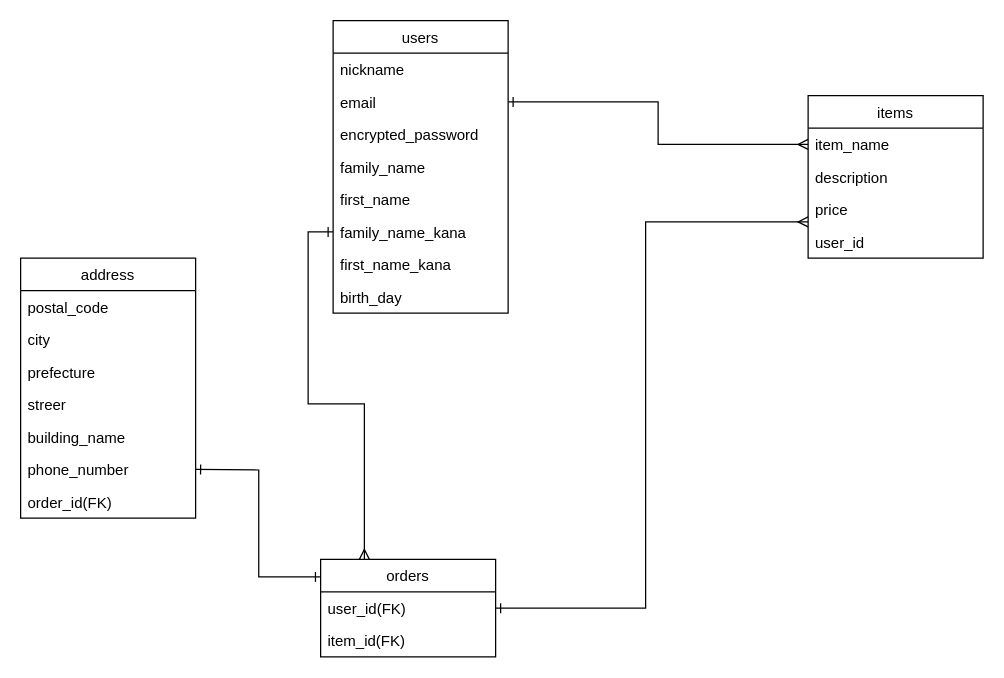
Earlier version of the draw.io diagram furima.ER/furima.dio (hashimo1216/furima-36574). Source tidied: cells renumbered, new cells numbered last; positions are measured from the earlier drawing's top-left corner, leaving out a move shared by most shapes. Both pictures are drawn from the tidied source at 125%, with x=0, y=0 at pixel (20, 20).
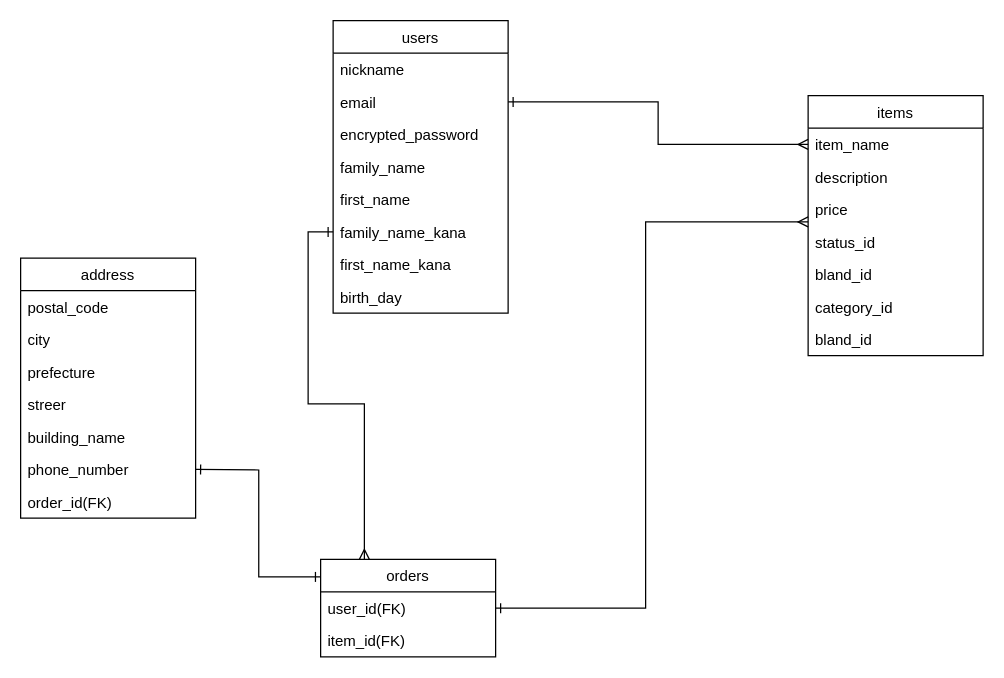
The same diagram, later.

Commit message (it also covers changes not shown here):
データベース修正

The edit, as a diff of the source:
```diff
@@
     <mxCell id="11" value="items" style="swimlane;fontStyle=0;horizontal=1;startSize=26;" parent="1" vertex="1">
-      <mxGeometry x="630" y="60" width="140" height="130" as="geometry" />
+      <mxGeometry x="630" y="60" width="140" height="208" as="geometry" />
     </mxCell>
@@
-    <mxCell id="15" value="user_id" style="text;strokeColor=none;fillColor=none;align=left;verticalAlign=top;spacingLeft=4;spacingRight=4;overflow=hidden;" parent="11" vertex="1">
+    <mxCell id="15" value="status_id" style="text;strokeColor=none;fillColor=none;align=left;verticalAlign=top;spacingLeft=4;spacingRight=4;overflow=hidden;" parent="11" vertex="1">
       <mxGeometry y="104" width="140" height="26" as="geometry" />
     </mxCell>
+    <mxCell id="31" value="bland_id" style="text;strokeColor=none;fillColor=none;align=left;verticalAlign=top;spacingLeft=4;spacingRight=4;overflow=hidden;" parent="11" vertex="1">
+      <mxGeometry y="130" width="140" height="26" as="geometry" />
+    </mxCell>
+    <mxCell id="32" value="category_id" style="text;strokeColor=none;fillColor=none;align=left;verticalAlign=top;spacingLeft=4;spacingRight=4;overflow=hidden;" parent="11" vertex="1">
+      <mxGeometry y="156" width="140" height="26" as="geometry" />
+    </mxCell>
+    <mxCell id="33" value="bland_id" style="text;strokeColor=none;fillColor=none;align=left;verticalAlign=top;spacingLeft=4;spacingRight=4;overflow=hidden;" parent="11" vertex="1">
+      <mxGeometry y="182" width="140" height="26" as="geometry" />
+    </mxCell>
```
